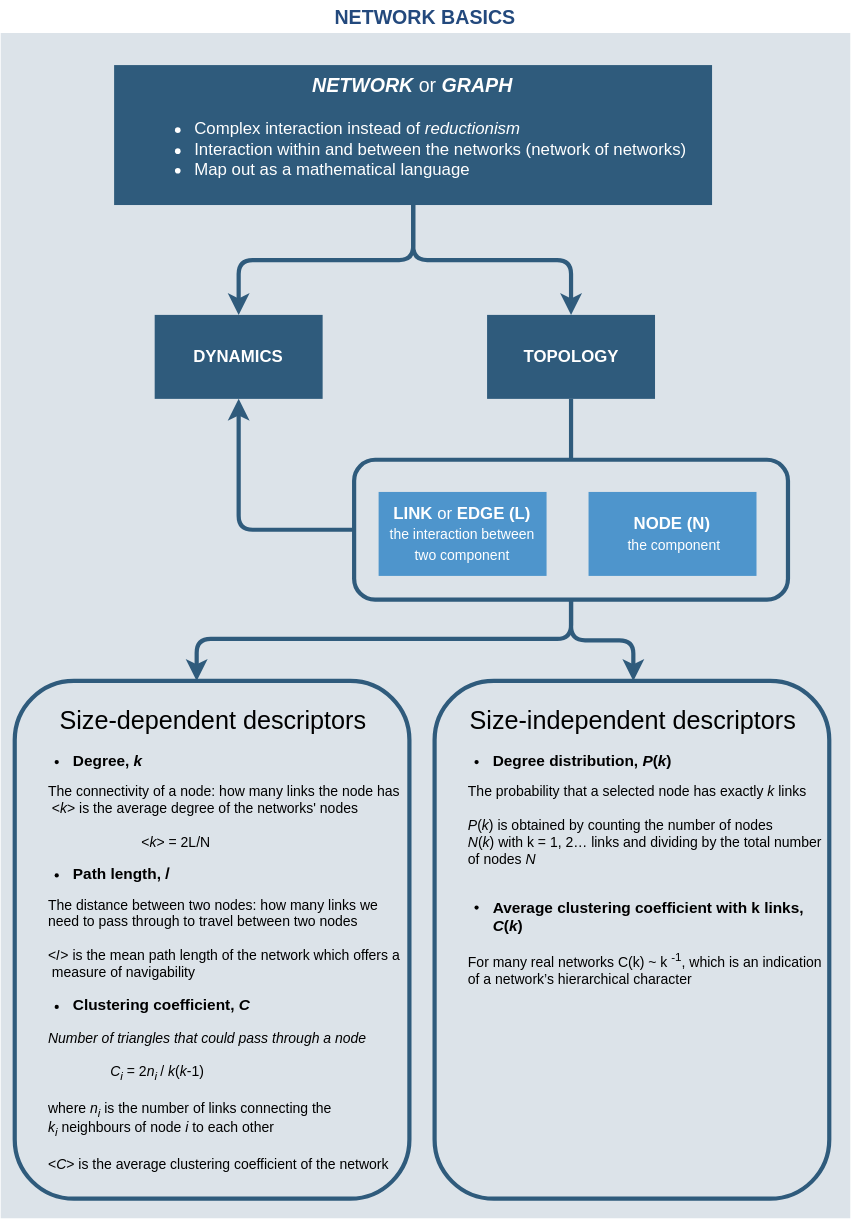
Earlier version of the draw.io export assets/network-basics.svg (pharmbio/nw-cp). Source tidied: cells renumbered, new cells last; positions are measured from the earlier drawing's top-left corner, leaving out a move shared by most shapes. Its diagram source:
```xml
<mxGraphModel>
  <root>
    <mxCell id="0" />
    <mxCell id="1" parent="0" />
    <mxCell id="2" value="&lt;font style=&quot;font-size: 14px;&quot; face=&quot;Helvetica&quot; color=&quot;#23497d&quot;&gt;NETWORK BASICS&lt;/font&gt;" style="swimlane;whiteSpace=wrap;fillColor=none;swimlaneFillColor=#BAC8D3;fontColor=#2F5B7C;fontFamily=Tahoma;html=1;strokeColor=none;opacity=50;" parent="1" vertex="1">
      <mxGeometry width="607" height="870" as="geometry" />
    </mxCell>
    <mxCell id="3" value="&lt;font style=&quot;&quot;&gt;&lt;span style=&quot;text-align: justify; background-color: initial;&quot;&gt;&lt;font style=&quot;&quot;&gt;&lt;font style=&quot;font-size: 14px;&quot;&gt;&lt;b style=&quot;font-style: italic;&quot;&gt;NETWORK &lt;/b&gt;or&lt;b style=&quot;font-style: italic;&quot;&gt; GRAPH&lt;/b&gt;&lt;/font&gt;&lt;br&gt;&lt;/font&gt;&lt;/span&gt;&lt;/font&gt;&lt;ul&gt;&lt;li style=&quot;text-align: justify;&quot;&gt;&lt;font style=&quot;font-size: 15px;&quot;&gt;&lt;span style=&quot;background-color: initial; font-size: 12px;&quot;&gt;Complex interaction instead of &lt;/span&gt;&lt;i style=&quot;text-align: justify; background-color: initial; font-size: 12px;&quot;&gt;reductionism&lt;/i&gt;&lt;/font&gt;&lt;/li&gt;&lt;li style=&quot;text-align: justify;&quot;&gt;Interaction within and between the networks (network of networks)&lt;/li&gt;&lt;li style=&quot;text-align: justify;&quot;&gt;&lt;span style=&quot;background-color: initial;&quot;&gt;&lt;font style=&quot;font-size: 12px;&quot;&gt;Map out as a mathematical language&lt;/font&gt;&lt;/span&gt;&lt;br&gt;&lt;/li&gt;&lt;/ul&gt;" style="whiteSpace=wrap;shadow=0;fontColor=#FFFFFF;fontFamily=Helvetica;fontStyle=0;html=1;fontSize=12;plain-purple;strokeColor=none;fillColor=#2f5b7c;gradientColor=none;spacing=6;verticalAlign=middle;align=center;" parent="2" vertex="1">
      <mxGeometry x="81" y="46" width="427.2" height="100" as="geometry" />
    </mxCell>
    <mxCell id="4" style="edgeStyle=orthogonalEdgeStyle;rounded=1;jettySize=auto;html=1;strokeColor=#2F5B7C;strokeWidth=3;fontFamily=Helvetica;fontSize=10;fontColor=#000000;endArrow=none;endFill=0;" parent="2" edge="1" source="5" target="12">
      <mxGeometry relative="1" as="geometry" />
    </mxCell>
    <mxCell id="5" value="&lt;b&gt;TOPOLOGY&lt;/b&gt;" style="whiteSpace=wrap;html=1;fillColor=#2f5b7c;strokeColor=none;fontColor=#FFFFFF;shadow=0;fontStyle=0;gradientColor=none;spacing=6;" parent="2" vertex="1">
      <mxGeometry x="347.5" y="224.5" width="120" height="60" as="geometry" />
    </mxCell>
    <mxCell id="6" style="edgeStyle=orthogonalEdgeStyle;rounded=1;jettySize=auto;html=1;strokeWidth=3;strokeColor=#2F5B7C;" parent="2" edge="1" source="3" target="5">
      <mxGeometry relative="1" as="geometry" />
    </mxCell>
    <mxCell id="7" value="&lt;b&gt;DYNAMICS&lt;/b&gt;" style="whiteSpace=wrap;html=1;fillColor=#2f5b7c;strokeColor=none;fontColor=#FFFFFF;shadow=0;fontStyle=0;gradientColor=none;spacing=6;" parent="2" vertex="1">
      <mxGeometry x="110" y="224.5" width="120" height="60" as="geometry" />
    </mxCell>
    <mxCell id="8" style="edgeStyle=orthogonalEdgeStyle;rounded=1;jettySize=auto;html=1;strokeWidth=3;strokeColor=#2F5B7C;entryX=0.5;entryY=0;entryDx=0;entryDy=0;" parent="2" edge="1" source="3" target="7">
      <mxGeometry relative="1" as="geometry" />
    </mxCell>
    <mxCell id="9" value="&lt;b&gt;NODE (N)&lt;/b&gt;&lt;br&gt;&lt;font style=&quot;font-size: 10px;&quot;&gt;&amp;nbsp;the component&lt;/font&gt;" style="whiteSpace=wrap;html=1;fillColor=#4E95CC;strokeColor=none;fontColor=#FFFFFF;shadow=0;fontStyle=0;gradientColor=none;spacing=6;" parent="2" vertex="1">
      <mxGeometry x="420" y="351" width="120" height="60" as="geometry" />
    </mxCell>
    <mxCell id="10" value="&lt;b&gt;LINK &lt;/b&gt;or&lt;b&gt; EDGE (L)&lt;/b&gt;&lt;br&gt;&lt;font style=&quot;font-size: 10px;&quot;&gt;the interaction between two component&lt;/font&gt;" style="whiteSpace=wrap;html=1;fillColor=#4E95CC;strokeColor=none;fontColor=#FFFFFF;shadow=0;fontStyle=0;gradientColor=none;spacing=6;" parent="2" vertex="1">
      <mxGeometry x="270" y="351" width="120" height="60" as="geometry" />
    </mxCell>
    <mxCell id="11" style="edgeStyle=orthogonalEdgeStyle;jettySize=auto;html=1;entryX=0.5;entryY=1;entryDx=0;entryDy=0;strokeColor=#2F5B7C;strokeWidth=3;fontSize=24;endArrow=classic;endFill=1;" parent="2" edge="1" source="12" target="7">
      <mxGeometry relative="1" as="geometry" />
    </mxCell>
    <mxCell id="12" style="rounded=1;whiteSpace=wrap;html=1;fontSize=10;fillColor=none;strokeWidth=3;fillStyle=auto;gradientColor=none;glass=0;sketch=0;shadow=0;strokeColor=#2F5B7C;" parent="2" vertex="1">
      <mxGeometry x="252.5" y="328" width="310" height="100" as="geometry" />
    </mxCell>
    <mxCell id="13" style="edgeStyle=orthogonalEdgeStyle;rounded=1;jettySize=auto;html=1;strokeColor=#2F5B7C;strokeWidth=3;fontSize=10;" parent="2" edge="1" source="12">
      <mxGeometry relative="1" as="geometry">
        <mxPoint x="452" y="486" as="targetPoint" />
      </mxGeometry>
    </mxCell>
    <mxCell id="14" value="&lt;div style=&quot;text-align: center;&quot;&gt;&lt;span style=&quot;background-color: initial;&quot;&gt;&lt;font style=&quot;font-size: 18px;&quot;&gt;Size-dependent descriptors&lt;/font&gt;&lt;/span&gt;&lt;/div&gt;&lt;ul&gt;&lt;li style=&quot;font-size: 11px;&quot;&gt;&lt;b&gt;Degree, &lt;i&gt;k&lt;/i&gt;&lt;/b&gt;&lt;/li&gt;&lt;/ul&gt;&lt;blockquote style=&quot;margin: 0 0 0 40px; border: none; padding: 0px;&quot;&gt;&lt;/blockquote&gt;&lt;span style=&quot;background-color: initial;&quot;&gt;&lt;span style=&quot;&quot;&gt;&#9;&lt;/span&gt;&lt;span style=&quot;white-space: pre;&quot;&gt;&#9;&lt;/span&gt;The connectivity of a node: how many links the node has&lt;/span&gt;&lt;br&gt;&amp;nbsp; &amp;nbsp;&lt;span style=&quot;&quot;&gt;&#9;&lt;span style=&quot;white-space: pre;&quot;&gt;&#9;&lt;/span&gt;&lt;/span&gt; &amp;lt;&lt;i&gt;k&lt;/i&gt;&amp;gt; is the average degree of the networks' nodes&lt;br&gt;&lt;br&gt;&lt;span style=&quot;&quot;&gt;&#9;&lt;/span&gt;&lt;span style=&quot;white-space: pre;&quot;&gt;&#9;&lt;/span&gt;&lt;span style=&quot;white-space: pre;&quot;&gt;&#9;&lt;/span&gt;&lt;span style=&quot;white-space: pre;&quot;&gt;&#9;&lt;/span&gt;&lt;span style=&quot;white-space: pre;&quot;&gt;&#9;&lt;/span&gt;&amp;lt;&lt;i&gt;k&lt;/i&gt;&amp;gt; = 2L/N&lt;br&gt;&lt;ul&gt;&lt;li style=&quot;font-size: 11px;&quot;&gt;&lt;b&gt;Path length,&amp;nbsp;𝑙&lt;/b&gt;&lt;/li&gt;&lt;/ul&gt;&lt;span style=&quot;&quot;&gt;&#9;&lt;/span&gt;&lt;span style=&quot;white-space: pre;&quot;&gt;&#9;&lt;/span&gt;The distance between two nodes: how many links we &lt;span style=&quot;white-space: pre;&quot;&gt;&#9;&lt;/span&gt;need to pass through to travel between two nodes&lt;br&gt;&lt;br&gt;&lt;span style=&quot;&quot;&gt;&#9;&lt;/span&gt;&lt;span style=&quot;white-space: pre;&quot;&gt;&#9;&lt;/span&gt;&amp;lt;&lt;font style=&quot;font-size: 10px;&quot;&gt;𝑙&lt;/font&gt;&amp;gt; is the mean path length of the network which offers a &lt;span style=&quot;white-space: pre;&quot;&gt;&#9;&lt;/span&gt;&lt;span style=&quot;&quot;&gt;&#9;&lt;/span&gt;measure of navigability&lt;br&gt;&lt;ul style=&quot;font-size: 11px;&quot;&gt;&lt;li&gt;&lt;b&gt;Clustering coefficient, &lt;i&gt;C&lt;/i&gt;&lt;/b&gt;&lt;/li&gt;&lt;/ul&gt;&lt;i&gt;&lt;span style=&quot;&quot;&gt;&#9;&lt;/span&gt;&lt;span style=&quot;white-space: pre;&quot;&gt;&#9;&lt;/span&gt;Number of triangles that could pass through a node&lt;/i&gt;&lt;br&gt;&lt;br&gt;&lt;i&gt;&lt;span style=&quot;&quot;&gt;&#9;&lt;/span&gt;&lt;span style=&quot;white-space: pre;&quot;&gt;&#9;&lt;/span&gt;&lt;span style=&quot;white-space: pre;&quot;&gt;&#9;&lt;/span&gt;&lt;span style=&quot;white-space: pre;&quot;&gt;&#9;&lt;/span&gt;C&lt;sub&gt;i&lt;/sub&gt;&lt;/i&gt; = 2&lt;i&gt;n&lt;sub&gt;i&amp;nbsp;&lt;/sub&gt;&lt;/i&gt;/&amp;nbsp;&lt;i&gt;k&lt;/i&gt;(&lt;i&gt;k&lt;/i&gt;-1)&lt;br&gt;&lt;br&gt;&lt;span style=&quot;&quot;&gt;&#9;&lt;/span&gt;&lt;span style=&quot;white-space: pre;&quot;&gt;&#9;&lt;/span&gt;where&amp;nbsp;&lt;i&gt;n&lt;sub&gt;i&lt;/sub&gt;&lt;/i&gt;&amp;nbsp;is the number of links connecting the &lt;span style=&quot;white-space: pre;&quot;&gt;&#9;&lt;/span&gt;&lt;i&gt;k&lt;sub&gt;i&lt;/sub&gt;&lt;/i&gt;&lt;span style=&quot;&quot;&gt;&amp;nbsp;&lt;/span&gt;neighbours of node &lt;i&gt;i&lt;/i&gt; to each other&amp;nbsp;&lt;br&gt;&lt;br&gt;&lt;span style=&quot;&quot;&gt;&#9;&lt;/span&gt;&lt;span style=&quot;white-space: pre;&quot;&gt;&#9;&lt;/span&gt;&amp;lt;&lt;i&gt;C&lt;/i&gt;&amp;gt; is the average clustering coefficient of the network" style="whiteSpace=wrap;html=1;fontSize=10;fillColor=none;strokeColor=#2F5B7C;rounded=1;strokeWidth=3;fillStyle=auto;gradientColor=none;glass=0;sketch=0;shadow=0;align=left;arcSize=15;" parent="2" vertex="1">
      <mxGeometry x="10" y="486" width="282" height="370" as="geometry" />
    </mxCell>
    <mxCell id="15" style="edgeStyle=orthogonalEdgeStyle;rounded=1;jettySize=auto;html=1;strokeColor=#2F5B7C;strokeWidth=3;fontSize=10;" parent="2" edge="1" source="12">
      <mxGeometry relative="1" as="geometry">
        <mxPoint x="140" y="486" as="targetPoint" />
        <Array as="points">
          <mxPoint x="408" y="456" />
          <mxPoint x="140" y="456" />
        </Array>
      </mxGeometry>
    </mxCell>
    <mxCell id="16" value="&lt;div style=&quot;text-align: center;&quot;&gt;&lt;span style=&quot;background-color: initial;&quot;&gt;&lt;font style=&quot;font-size: 18px;&quot;&gt;Size-independent descriptors&lt;/font&gt;&lt;/span&gt;&lt;/div&gt;&lt;ul&gt;&lt;li style=&quot;font-size: 11px;&quot;&gt;&lt;b&gt;Degree distribution, &lt;i&gt;P&lt;/i&gt;(&lt;i&gt;k&lt;/i&gt;)&lt;/b&gt;&lt;/li&gt;&lt;/ul&gt;&lt;blockquote style=&quot;margin: 0 0 0 40px; border: none; padding: 0px;&quot;&gt;&lt;/blockquote&gt;&lt;span style=&quot;background-color: initial;&quot;&gt;&lt;span style=&quot;&quot;&gt;&#9;&lt;/span&gt;&lt;span style=&quot;&quot;&gt;&#9;&lt;/span&gt;&lt;span style=&quot;&quot;&gt;&#9;&lt;/span&gt;&lt;span style=&quot;&quot;&gt;&#9;&lt;/span&gt;&lt;span style=&quot;white-space: pre;&quot;&gt;&#9;&lt;/span&gt;The&amp;nbsp;&lt;/span&gt;&lt;span style=&quot;background-color: initial;&quot;&gt;probability that a selected&amp;nbsp;&lt;/span&gt;&lt;span style=&quot;background-color: initial;&quot;&gt;node has exactly &lt;i&gt;k&lt;/i&gt; links&lt;br&gt;&lt;/span&gt;&lt;span style=&quot;background-color: initial;&quot;&gt;&lt;br&gt;&lt;/span&gt;&lt;div&gt;&#9;&lt;i&gt;&lt;span style=&quot;&quot;&gt;&#9;&lt;/span&gt;&lt;span style=&quot;white-space: pre;&quot;&gt;&#9;&lt;/span&gt;P&lt;/i&gt;(&lt;i&gt;k&lt;/i&gt;)&amp;nbsp;is obtained by counting the number&amp;nbsp;&lt;span style=&quot;background-color: initial;&quot;&gt;of nodes &lt;span style=&quot;white-space: pre;&quot;&gt;&#9;&lt;/span&gt;&lt;i&gt;N&lt;/i&gt;(&lt;i&gt;k&lt;/i&gt;)&lt;span style=&quot;&quot;&gt;&amp;nbsp;&lt;/span&gt;with k = 1, 2… links and dividing by the total&amp;nbsp;&lt;/span&gt;&lt;span style=&quot;background-color: initial;&quot;&gt;number &lt;span style=&quot;white-space: pre;&quot;&gt;&#9;&lt;/span&gt;of &lt;span style=&quot;&quot;&gt;&#9;&lt;/span&gt;nodes &lt;i&gt;N&lt;/i&gt;&lt;/span&gt;&lt;/div&gt;&lt;br&gt;&lt;ul&gt;&lt;li style=&quot;&quot;&gt;&lt;b style=&quot;font-size: 11px;&quot;&gt;Average clustering coefficient with k links, &lt;i&gt;C&lt;/i&gt;(&lt;i&gt;k&lt;/i&gt;)&lt;/b&gt;&lt;/li&gt;&lt;/ul&gt;&lt;div style=&quot;background-color: initial; display: inline !important;&quot;&gt;&lt;span style=&quot;white-space: pre;&quot;&gt;&#9;&lt;/span&gt;For many real networks C(k) ~ k &lt;sup&gt;-1&lt;/sup&gt;, which is an indication &lt;span style=&quot;white-space: pre;&quot;&gt;&#9;&lt;/span&gt;of a network’s&amp;nbsp;&lt;span style=&quot;background-color: initial;&quot;&gt;hierarchical character&lt;br&gt;&lt;/span&gt;&lt;br&gt;&lt;br&gt;&lt;br&gt;&lt;br&gt;&lt;br&gt;&lt;br&gt;&lt;br&gt;&lt;br&gt;&lt;br&gt;&lt;br&gt;&lt;br&gt;&lt;/div&gt;" style="whiteSpace=wrap;html=1;fontSize=10;fillColor=none;strokeColor=#2F5B7C;rounded=1;strokeWidth=3;fillStyle=auto;gradientColor=none;glass=0;sketch=0;shadow=0;align=left;arcSize=15;" parent="2" vertex="1">
      <mxGeometry x="310" y="486" width="282" height="370" as="geometry" />
    </mxCell>
  </root>
</mxGraphModel>
```
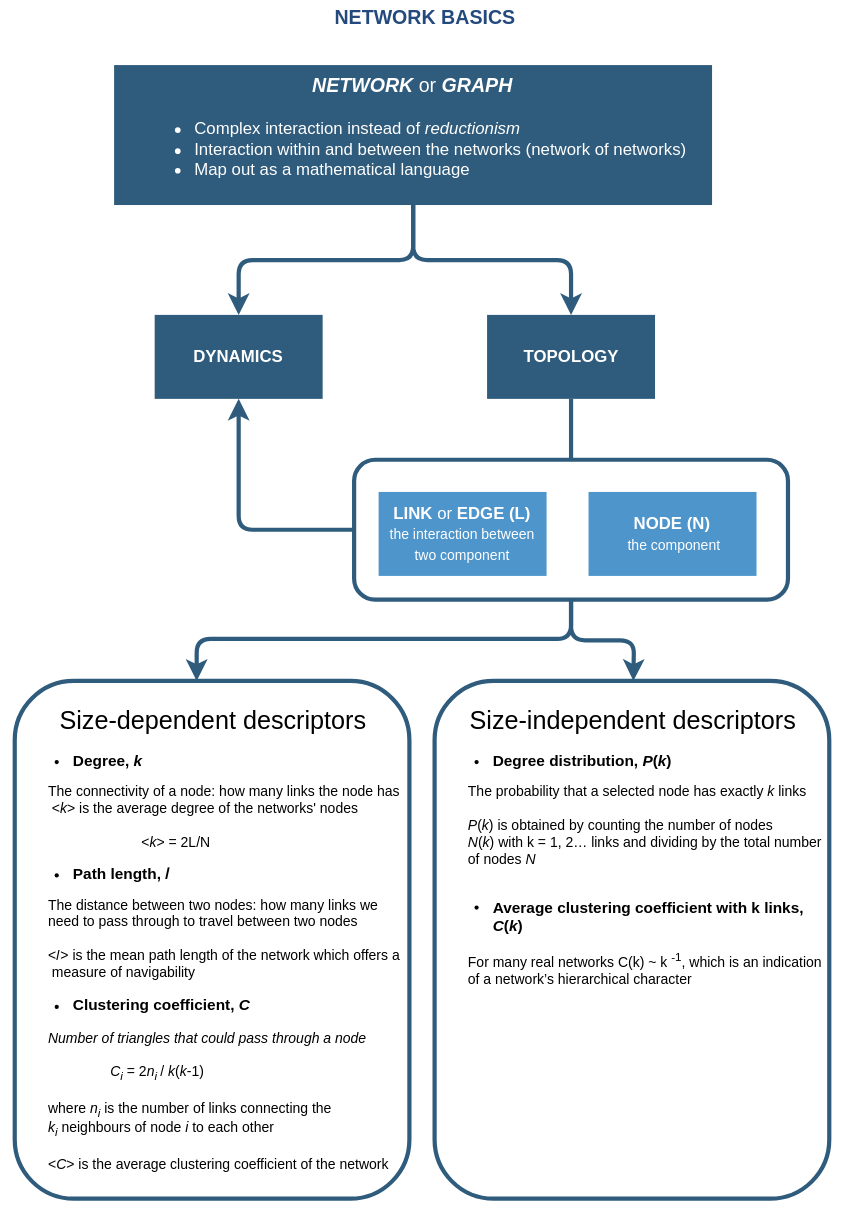
Later version of the same file.

Change to the diagram source:
```diff
@@ -2,7 +2,7 @@
   <root>
     <mxCell id="0" />
     <mxCell id="1" parent="0" />
-    <mxCell id="2" value="&lt;font style=&quot;font-size: 14px;&quot; face=&quot;Helvetica&quot; color=&quot;#23497d&quot;&gt;NETWORK BASICS&lt;/font&gt;" style="swimlane;whiteSpace=wrap;fillColor=none;swimlaneFillColor=#BAC8D3;fontColor=#2F5B7C;fontFamily=Tahoma;html=1;strokeColor=none;opacity=50;" parent="1" vertex="1">
+    <mxCell id="2" value="&lt;font style=&quot;font-size: 14px;&quot; face=&quot;Helvetica&quot; color=&quot;#23497d&quot;&gt;NETWORK BASICS&lt;/font&gt;" style="swimlane;whiteSpace=wrap;fillColor=none;swimlaneFillColor=none;fontColor=#2F5B7C;fontFamily=Tahoma;html=1;strokeColor=none;opacity=50;" parent="1" vertex="1">
       <mxGeometry width="607" height="870" as="geometry" />
     </mxCell>
     <mxCell id="3" value="&lt;font style=&quot;&quot;&gt;&lt;span style=&quot;text-align: justify; background-color: initial;&quot;&gt;&lt;font style=&quot;&quot;&gt;&lt;font style=&quot;font-size: 14px;&quot;&gt;&lt;b style=&quot;font-style: italic;&quot;&gt;NETWORK &lt;/b&gt;or&lt;b style=&quot;font-style: italic;&quot;&gt; GRAPH&lt;/b&gt;&lt;/font&gt;&lt;br&gt;&lt;/font&gt;&lt;/span&gt;&lt;/font&gt;&lt;ul&gt;&lt;li style=&quot;text-align: justify;&quot;&gt;&lt;font style=&quot;font-size: 15px;&quot;&gt;&lt;span style=&quot;background-color: initial; font-size: 12px;&quot;&gt;Complex interaction instead of &lt;/span&gt;&lt;i style=&quot;text-align: justify; background-color: initial; font-size: 12px;&quot;&gt;reductionism&lt;/i&gt;&lt;/font&gt;&lt;/li&gt;&lt;li style=&quot;text-align: justify;&quot;&gt;Interaction within and between the networks (network of networks)&lt;/li&gt;&lt;li style=&quot;text-align: justify;&quot;&gt;&lt;span style=&quot;background-color: initial;&quot;&gt;&lt;font style=&quot;font-size: 12px;&quot;&gt;Map out as a mathematical language&lt;/font&gt;&lt;/span&gt;&lt;br&gt;&lt;/li&gt;&lt;/ul&gt;" style="whiteSpace=wrap;shadow=0;fontColor=#FFFFFF;fontFamily=Helvetica;fontStyle=0;html=1;fontSize=12;plain-purple;strokeColor=none;fillColor=#2f5b7c;gradientColor=none;spacing=6;verticalAlign=middle;align=center;" parent="2" vertex="1">
```
